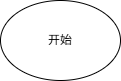
This is 竞赛一体化平台系统信息流程图.png from BlueTeethAC/drowIOWarehouse, a draw.io export, as it was before one commit. Source tidied: cells renumbered, new cells last; positions are measured from the earlier drawing's top-left corner, leaving out a move shared by most shapes.
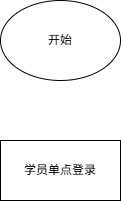
The same file after the commit.

Commit message:
更新竞赛一体化平台系统信息流程图.png

The edit, as a diff of the source:
```diff
@@ -5,5 +5,8 @@
     <mxCell id="2" value="开始" style="ellipse;whiteSpace=wrap;html=1;" parent="1" vertex="1">
       <mxGeometry width="120" height="80" as="geometry" />
     </mxCell>
+    <mxCell id="3" value="学员单点登录" style="rounded=0;whiteSpace=wrap;html=1;" parent="1" vertex="1">
+      <mxGeometry y="140" width="120" height="60" as="geometry" />
+    </mxCell>
   </root>
 </mxGraphModel>
```
